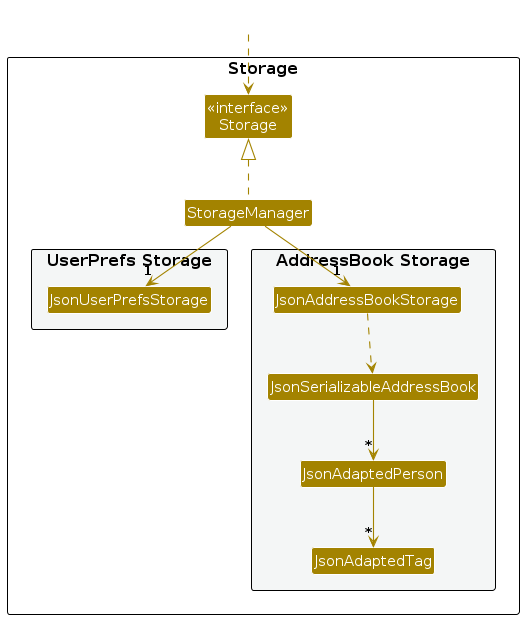
Above: diagrams/StorageClassDiagram.png in AY2627S1-CS2103T-F12-2/tp (PlantUML), before the change. Its source is kept beside it as diagrams/StorageClassDiagram.puml. The source it was exported from:
```plantuml
@startuml
!include style.puml
skinparam arrowThickness 1.1
skinparam arrowColor STORAGE_COLOR
skinparam classBackgroundColor STORAGE_COLOR

package Storage as StoragePackage {

Class "<<interface>>\nStorage" as Storage
Class StorageManager

package "UserPrefs Storage" #F4F6F6{
Class JsonUserPrefsStorage
}

package "AddressBook Storage" #F4F6F6{
Class JsonAddressBookStorage
Class JsonSerializableAddressBook
Class JsonAdaptedPerson
Class JsonAdaptedTag
}

}

Class HiddenOutside #FFFFFF
HiddenOutside ..> Storage

StorageManager .up.|> Storage
StorageManager -down-> "1" JsonUserPrefsStorage
StorageManager -down-> "1" JsonAddressBookStorage

JsonAddressBookStorage ..> JsonSerializableAddressBook
JsonSerializableAddressBook --> "*" JsonAdaptedPerson
JsonAdaptedPerson --> "*" JsonAdaptedTag

@enduml
```
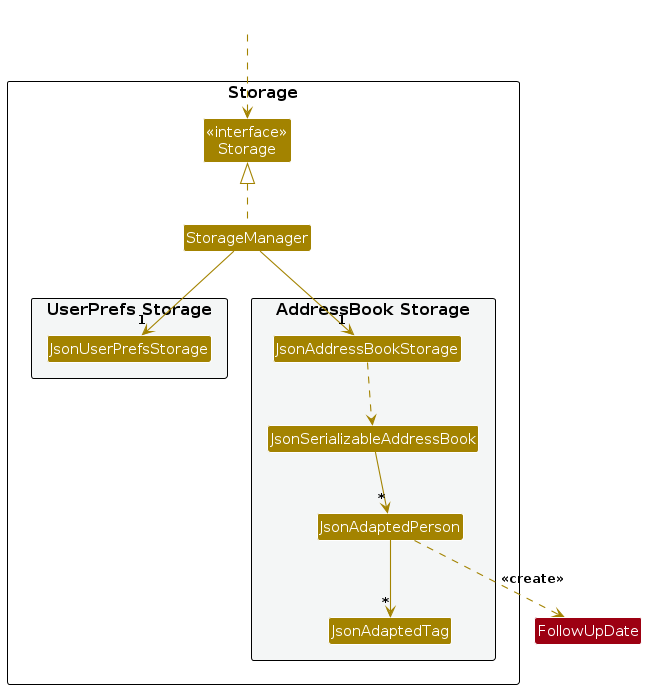
After the change.

Change to the diagram source:
```diff
@@ -25,6 +25,8 @@
 Class HiddenOutside #FFFFFF
 HiddenOutside ..> Storage
 
+Class FollowUpDate MODEL_COLOR
+
 StorageManager .up.|> Storage
 StorageManager -down-> "1" JsonUserPrefsStorage
 StorageManager -down-> "1" JsonAddressBookStorage
@@ -32,5 +34,6 @@
 JsonAddressBookStorage ..> JsonSerializableAddressBook
 JsonSerializableAddressBook --> "*" JsonAdaptedPerson
 JsonAdaptedPerson --> "*" JsonAdaptedTag
+JsonAdaptedPerson ..> FollowUpDate : <<create>>
 
 @enduml
```
